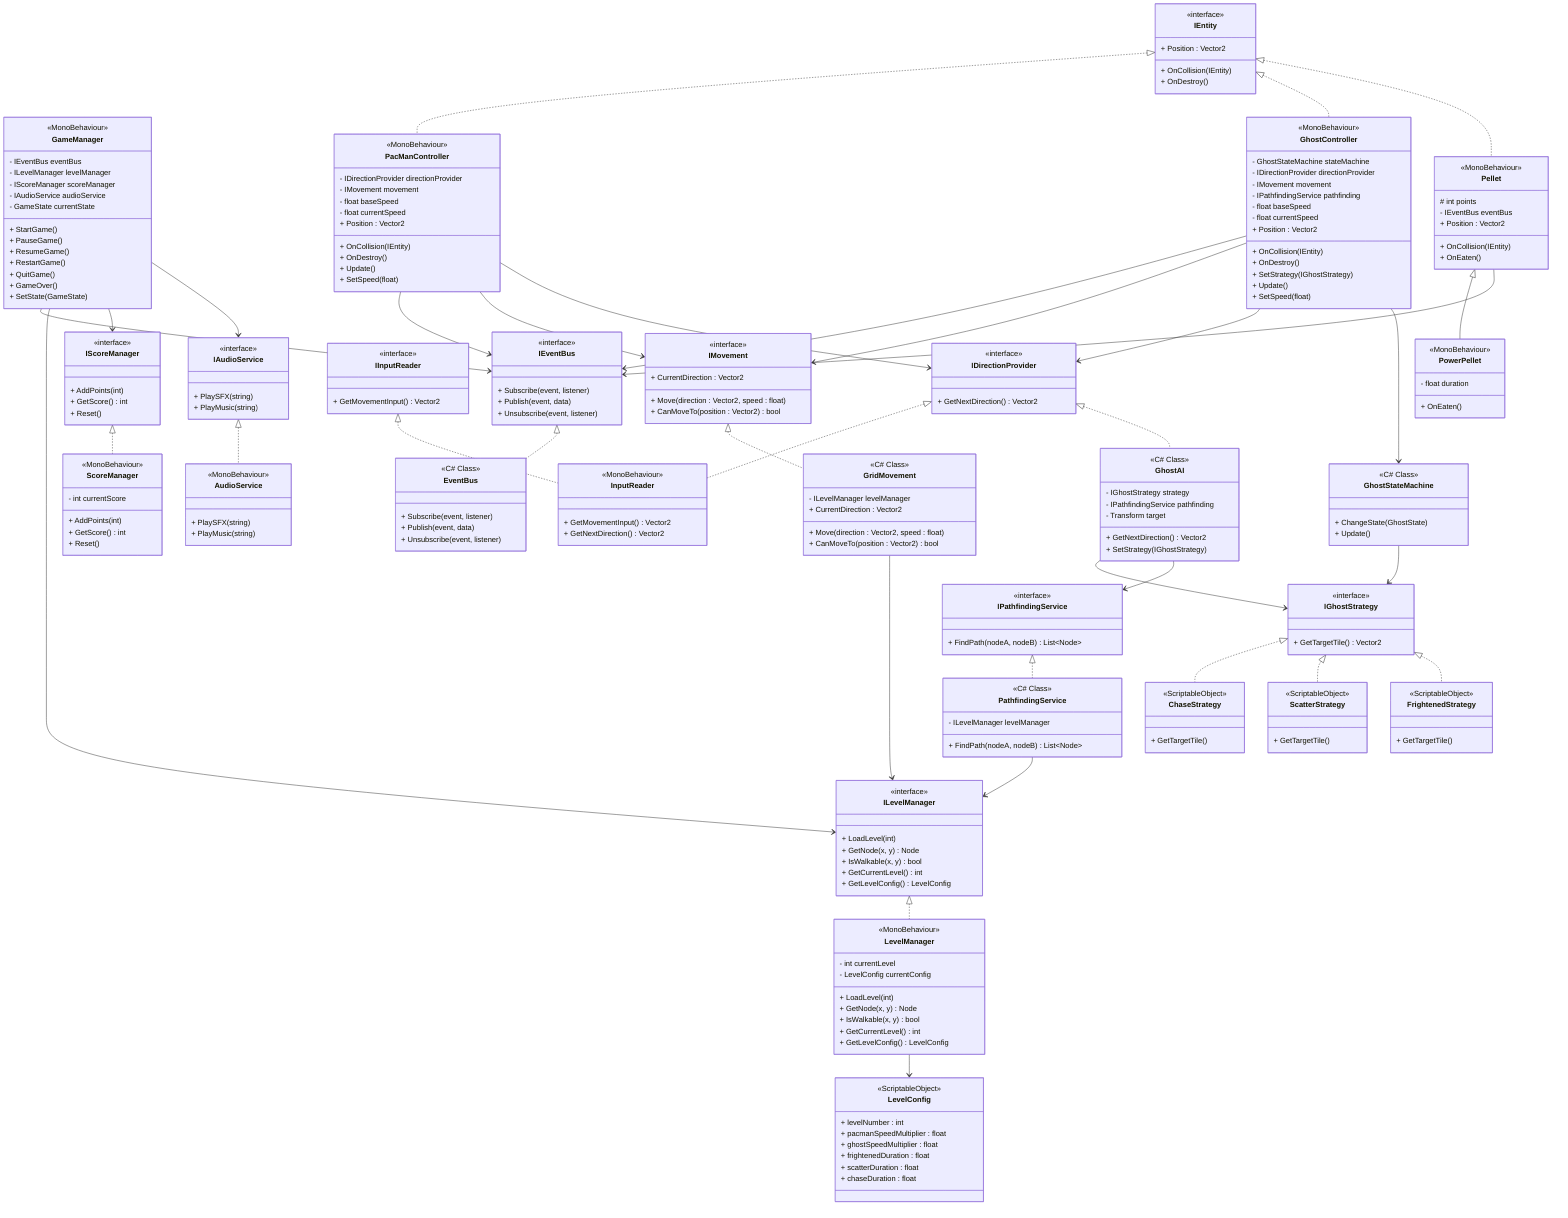
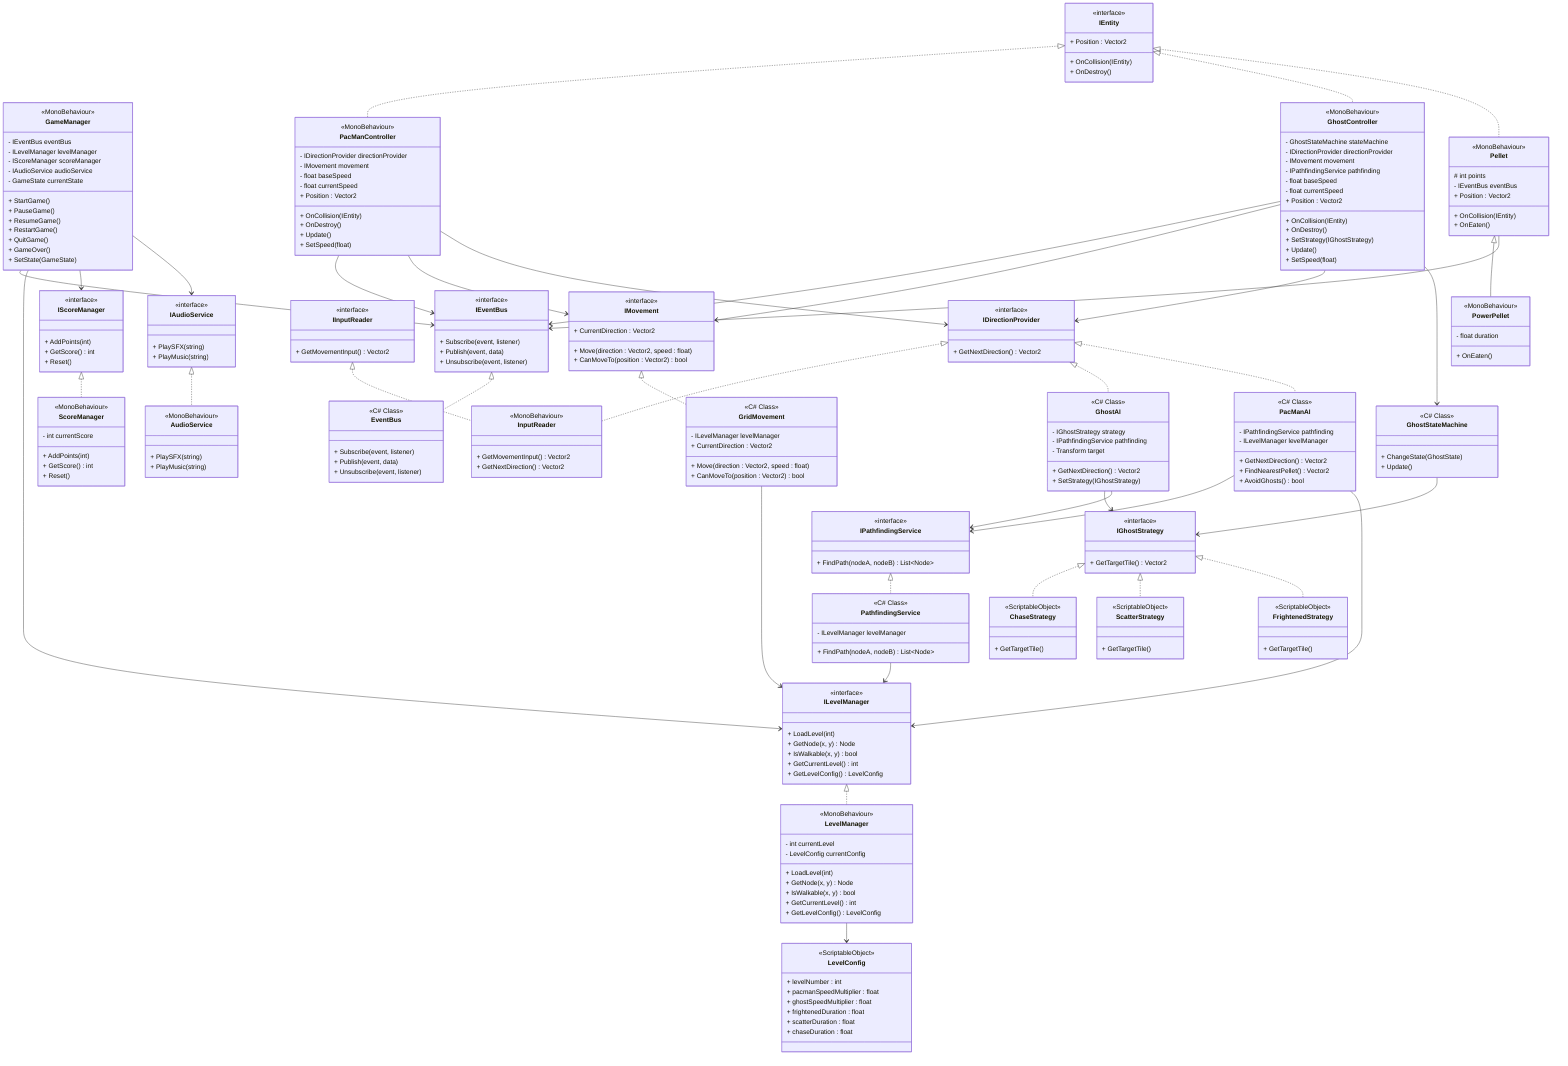
classDiagram

    %% Core Interfaces
    class IEntity {
        <<interface>>
        + Position : Vector2
        + OnCollision(IEntity)
        + OnDestroy()
    }

    class IMovement {
        <<interface>>
        + Move(direction : Vector2, speed : float)
        + CanMoveTo(position : Vector2) bool
        + CurrentDirection : Vector2
    }

    class IEventBus {
        <<interface>>
        + Subscribe(event, listener)
        + Publish(event, data)
        + Unsubscribe(event, listener)
    }

    class IPathfindingService {
        <<interface>>
        + FindPath(nodeA, nodeB) List~Node~
    }

    class IAudioService {
        <<interface>>
        + PlaySFX(string)
        + PlayMusic(string)
    }

    class IInputReader {
        <<interface>>
        + GetMovementInput() Vector2
    }

    class IDirectionProvider {
        <<interface>>
        + GetNextDirection() Vector2
    }

    class ILevelManager {
        <<interface>>
        + LoadLevel(int)
        + GetNode(x, y) Node
        + IsWalkable(x, y) bool
        + GetCurrentLevel() int
        + GetLevelConfig() LevelConfig
    }

    class IScoreManager {
        <<interface>>
        + AddPoints(int)
        + GetScore() int
        + Reset()
    }

    %% Managers (MonoBehaviour)
    class GameManager {
        <<MonoBehaviour>>
        - IEventBus eventBus
        - ILevelManager levelManager
        - IScoreManager scoreManager
        - IAudioService audioService
        - GameState currentState
        + StartGame()
        + PauseGame()
        + ResumeGame()
        + RestartGame()
        + QuitGame()
        + GameOver()
        + SetState(GameState)
    }

    class LevelManager {
        <<MonoBehaviour>>
        - int currentLevel
        - LevelConfig currentConfig
        + LoadLevel(int)
        + GetNode(x, y) Node
        + IsWalkable(x, y) bool
        + GetCurrentLevel() int
        + GetLevelConfig() LevelConfig
    }

    class ScoreManager {
        <<MonoBehaviour>>
        - int currentScore
        + AddPoints(int)
        + GetScore() int
        + Reset()
    }

    class EventBus {
        <<C# Class>>
        + Subscribe(event, listener)
        + Publish(event, data)
        + Unsubscribe(event, listener)
    }

    %% Entities
    class PacManController {
        <<MonoBehaviour>>
        - IDirectionProvider directionProvider
        - IMovement movement
        - float baseSpeed
        - float currentSpeed
        + Position : Vector2
        + OnCollision(IEntity)
        + OnDestroy()
        + Update()
        + SetSpeed(float)
    }

    class GridMovement {
        <<C# Class>>
        - ILevelManager levelManager
        + Move(direction : Vector2, speed : float)
        + CanMoveTo(position : Vector2) bool
        + CurrentDirection : Vector2
    }

    class InputReader {
        <<MonoBehaviour>>
        + GetMovementInput() Vector2
        + GetNextDirection() Vector2
    }

    class GhostController {
        <<MonoBehaviour>>
        - GhostStateMachine stateMachine
        - IDirectionProvider directionProvider
        - IMovement movement
        - IPathfindingService pathfinding
        - float baseSpeed
        - float currentSpeed
        + Position : Vector2
        + OnCollision(IEntity)
        + OnDestroy()
        + SetStrategy(IGhostStrategy)
        + Update()
        + SetSpeed(float)
    }

    class GhostAI {
        <<C# Class>>
        - IGhostStrategy strategy
        - IPathfindingService pathfinding
        - Transform target
        + GetNextDirection() Vector2
        + SetStrategy(IGhostStrategy)
    }

+     class PacManAI {
+         <<C# Class>>
+         - IPathfindingService pathfinding
+         - ILevelManager levelManager
+         + GetNextDirection() Vector2
+         + FindNearestPellet() Vector2
+         + AvoidGhosts() bool
+     }
+ 
    class Pellet {
        <<MonoBehaviour>>
        # int points
        - IEventBus eventBus
        + Position : Vector2
        + OnCollision(IEntity)
        + OnEaten()
    }

    class PowerPellet {
        <<MonoBehaviour>>
        - float duration
        + OnEaten()
    }

    class GhostStateMachine {
        <<C# Class>>
        + ChangeState(GhostState)
        + Update()
    }

    class IGhostStrategy {
        <<interface>>
        + GetTargetTile() Vector2
    }

    class ChaseStrategy {
        <<ScriptableObject>>
        + GetTargetTile()
    }

    class ScatterStrategy {
        <<ScriptableObject>>
        + GetTargetTile()
    }

    class FrightenedStrategy {
        <<ScriptableObject>>
        + GetTargetTile()
    }

    class AudioService {
        <<MonoBehaviour>>
        + PlaySFX(string)
        + PlayMusic(string)
    }

    class PathfindingService {
        <<C# Class>>
        - ILevelManager levelManager
        + FindPath(nodeA, nodeB) List~Node~
    }

    class LevelConfig {
        <<ScriptableObject>>
        + levelNumber : int
        + pacmanSpeedMultiplier : float
        + ghostSpeedMultiplier : float
        + frightenedDuration : float
        + scatterDuration : float
        + chaseDuration : float
    }

%% Interface Implementations
IEventBus <|.. EventBus
ILevelManager <|.. LevelManager
IScoreManager <|.. ScoreManager
IAudioService <|.. AudioService
IPathfindingService <|.. PathfindingService
IInputReader <|.. InputReader
IDirectionProvider <|.. InputReader
IDirectionProvider <|.. GhostAI
+ IDirectionProvider <|.. PacManAI
IMovement <|.. GridMovement

%% Entity Implementations
IEntity <|.. PacManController
IEntity <|.. GhostController
IEntity <|.. Pellet

%% Inheritance
Pellet <|-- PowerPellet

%% Manager Dependencies (using interfaces)
GameManager --> IEventBus
GameManager --> ILevelManager
GameManager --> IScoreManager
GameManager --> IAudioService

%% LevelManager Dependencies
LevelManager --> LevelConfig

%% Entity Dependencies
PacManController --> IEventBus
PacManController --> IMovement
PacManController --> IDirectionProvider

GhostController --> IEventBus
GhostController --> IMovement
GhostController --> IDirectionProvider

GridMovement --> ILevelManager

Pellet --> IEventBus

%% Ghost AI
GhostController --> GhostStateMachine
GhostAI --> IGhostStrategy
GhostAI --> IPathfindingService
+ PacManAI --> IPathfindingService
+ PacManAI --> ILevelManager
GhostStateMachine --> IGhostStrategy
IGhostStrategy <|.. ChaseStrategy
IGhostStrategy <|.. ScatterStrategy
IGhostStrategy <|.. FrightenedStrategy

PathfindingService --> ILevelManager
